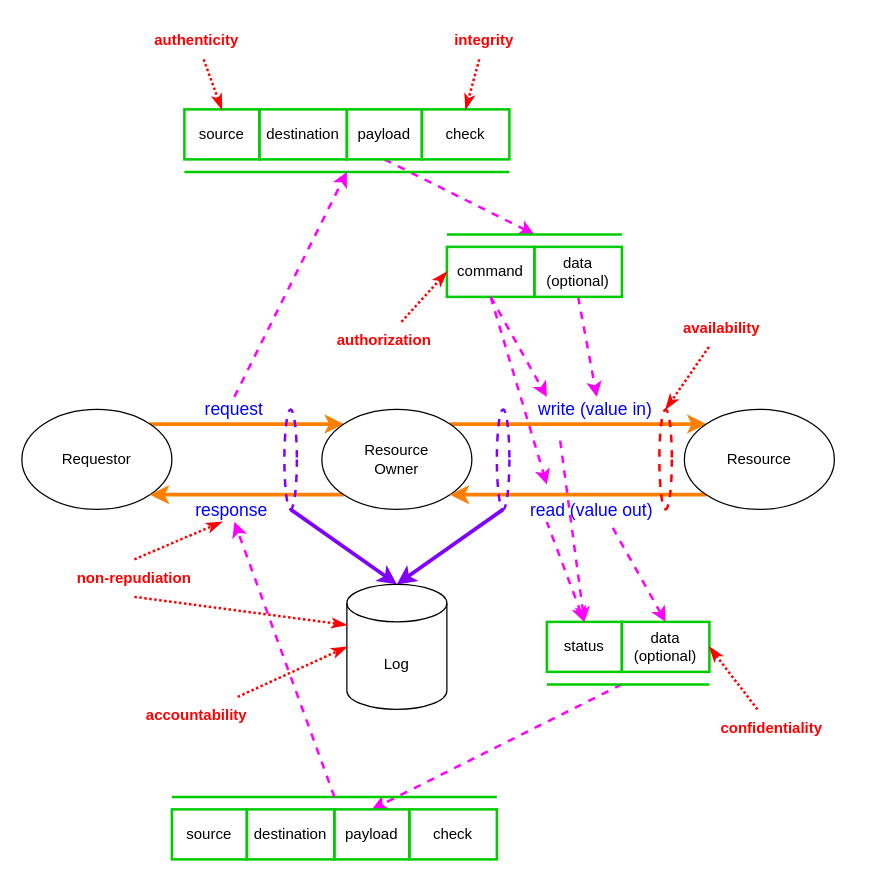
Before: page "vertical" (1 of 2) of source/reference_documents/secondary_documents/general/Security Requirements Taxonomy/images/source/extended CIA working model.drawio in nutonomy/AVCDL, a draw.io diagram. Source tidied: cells renumbered, new cells numbered last; positions are measured from the earlier drawing's top-left corner, leaving out a move shared by most shapes. Both pictures are drawn from the tidied source at 125%, with x=0, y=0 at pixel (21, 21).
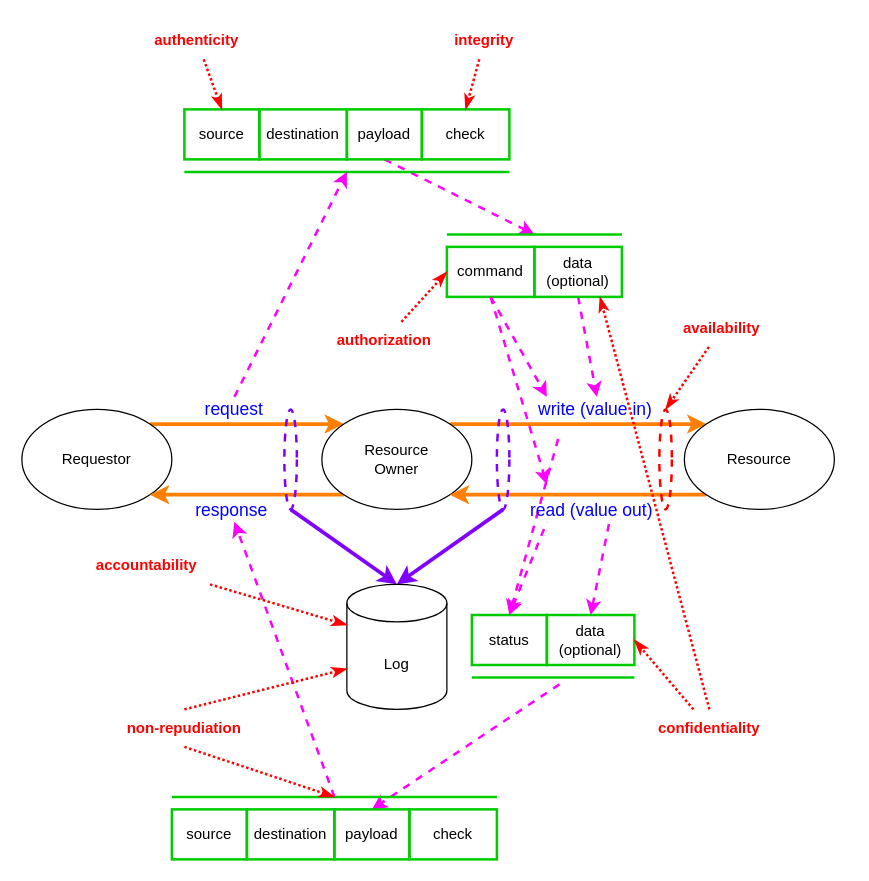
Above is the later version.

Unchanged cells that the change refers to:
```xml
<mxCell id="12" value="&lt;font color=&quot;#000000&quot; style=&quot;font-size: 12px;&quot;&gt;Log&lt;/font&gt;" style="shape=cylinder3;whiteSpace=wrap;html=1;boundedLbl=1;backgroundOutline=1;size=15;fontSize=14;fontColor=#0000FF;" parent="1" vertex="1">
  <mxGeometry x="260" y="450" width="80" height="100" as="geometry" />
</mxCell>
<mxCell id="21" value="data&lt;br&gt;(optional)" style="rounded=0;whiteSpace=wrap;html=1;strokeColor=#00CC00;fontSize=12;fontColor=#000000;fillColor=none;strokeWidth=2;" parent="1" vertex="1">
  <mxGeometry x="410" y="180" width="70" height="40" as="geometry" />
</mxCell>
<mxCell id="23" value="payload" style="rounded=0;whiteSpace=wrap;html=1;strokeColor=#00CC00;fontSize=12;fontColor=#000000;fillColor=none;strokeWidth=2;" parent="1" vertex="1">
  <mxGeometry x="250" y="630" width="60" height="40" as="geometry" />
</mxCell>
```

Change to the diagram source:
```diff
@@
     <mxCell id="15" value="status" style="rounded=0;whiteSpace=wrap;html=1;strokeColor=#00CC00;fontSize=12;fontColor=#000000;fillColor=none;strokeWidth=2;" parent="1" vertex="1">
-      <mxGeometry x="420" y="480" width="60" height="40" as="geometry" />
+      <mxGeometry x="360" y="474.5" width="60" height="40" as="geometry" />
     </mxCell>
@@
     <mxCell id="17" value="data&lt;br&gt;(optional)" style="rounded=0;whiteSpace=wrap;html=1;strokeColor=#00CC00;fontSize=12;fontColor=#000000;fillColor=none;strokeWidth=2;" parent="1" vertex="1">
-      <mxGeometry x="480" y="480" width="70" height="40" as="geometry" />
+      <mxGeometry x="420" y="474.5" width="70" height="40" as="geometry" />
     </mxCell>
@@
     <mxCell id="22" style="edgeStyle=none;rounded=0;jettySize=auto;html=1;dashed=1;strokeColor=#FF00FF;strokeWidth=2;fontSize=12;fontColor=#000000;startArrow=none;startFill=0;endArrow=classic;endFill=1;entryX=0.5;entryY=0;entryDx=0;entryDy=0;" parent="1" edge="1" target="23">
       <mxGeometry relative="1" as="geometry">
-        <mxPoint x="480" y="530" as="sourcePoint" />
+        <mxPoint x="430" y="530" as="sourcePoint" />
       </mxGeometry>
     </mxCell>
@@
     <mxCell id="32" style="endArrow=none;html=1;rounded=0;strokeColor=#00CC00;strokeWidth=2;fontSize=12;fontColor=#000000;" parent="1" edge="1">
       <mxGeometry relative="1" as="geometry">
-        <mxPoint x="420" y="530" as="sourcePoint" />
-        <mxPoint x="550" y="530" as="targetPoint" />
+        <mxPoint x="360" y="524.5" as="sourcePoint" />
+        <mxPoint x="490" y="524.5" as="targetPoint" />
       </mxGeometry>
     </mxCell>
@@
-    <mxCell id="44" style="edgeStyle=none;rounded=0;jettySize=auto;html=1;dashed=1;dashPattern=1 1;strokeColor=#FF0000;strokeWidth=2;fontSize=12;fontColor=#FF0000;startArrow=none;startFill=0;endArrow=classicThin;endFill=1;exitX=0.5;exitY=0;exitDx=0;exitDy=0;" parent="1" edge="1" source="45">
+    <mxCell id="44" style="edgeStyle=none;rounded=0;jettySize=auto;html=1;dashed=1;dashPattern=1 1;strokeColor=#FF0000;strokeWidth=2;fontSize=12;fontColor=#FF0000;startArrow=none;startFill=0;endArrow=classicThin;endFill=1;exitX=0.5;exitY=1;exitDx=0;exitDy=0;" parent="1" edge="1" source="45">
       <mxGeometry relative="1" as="geometry">
-        <mxPoint x="160" y="400" as="targetPoint" />
+        <mxPoint x="250" y="620" as="targetPoint" />
       </mxGeometry>
     </mxCell>
     <mxCell id="45" value="&lt;font color=&quot;#ff0000&quot;&gt;&lt;b&gt;non-repudiation&lt;/b&gt;&lt;/font&gt;" style="text;html=1;strokeColor=none;fillColor=none;align=center;verticalAlign=middle;whiteSpace=wrap;rounded=0;strokeWidth=2;fontSize=12;fontColor=#000000;" parent="1" vertex="1">
-      <mxGeometry x="30" y="430" width="120" height="30" as="geometry" />
+      <mxGeometry x="70" y="550" width="120" height="30" as="geometry" />
     </mxCell>
@@
     <mxCell id="47" value="&lt;font color=&quot;#ff0000&quot;&gt;&lt;b&gt;confidentiality&lt;/b&gt;&lt;/font&gt;" style="text;html=1;strokeColor=none;fillColor=none;align=center;verticalAlign=middle;whiteSpace=wrap;rounded=0;strokeWidth=2;fontSize=12;fontColor=#000000;" parent="1" vertex="1">
-      <mxGeometry x="540" y="550" width="120" height="30" as="geometry" />
+      <mxGeometry x="490" y="550" width="120" height="30" as="geometry" />
     </mxCell>
@@
-    <mxCell id="50" style="edgeStyle=none;rounded=0;jettySize=auto;html=1;entryX=0;entryY=0.5;entryDx=0;entryDy=0;entryPerimeter=0;dashed=1;dashPattern=1 1;strokeColor=#FF0000;strokeWidth=2;fontSize=12;fontColor=#FF0000;startArrow=none;startFill=0;endArrow=classicThin;endFill=1;" parent="1" edge="1" source="51" target="12">
+    <mxCell id="50" style="edgeStyle=none;rounded=0;jettySize=auto;html=1;entryX=0;entryY=0;entryDx=0;entryDy=32.5;entryPerimeter=0;dashed=1;dashPattern=1 1;strokeColor=#FF0000;strokeWidth=2;fontSize=12;fontColor=#FF0000;startArrow=none;startFill=0;endArrow=classicThin;endFill=1;" parent="1" edge="1" source="51" target="12">
       <mxGeometry relative="1" as="geometry" />
     </mxCell>
     <mxCell id="51" value="&lt;font color=&quot;#ff0000&quot;&gt;&lt;b&gt;accountability&lt;/b&gt;&lt;/font&gt;" style="text;html=1;strokeColor=none;fillColor=none;align=center;verticalAlign=middle;whiteSpace=wrap;rounded=0;strokeWidth=2;fontSize=12;fontColor=#000000;" parent="1" vertex="1">
-      <mxGeometry x="80" y="540" width="120" height="30" as="geometry" />
+      <mxGeometry x="40" y="420" width="120" height="30" as="geometry" />
     </mxCell>
@@
-    <mxCell id="54" style="edgeStyle=none;rounded=0;jettySize=auto;html=1;dashed=1;dashPattern=1 1;strokeColor=#FF0000;strokeWidth=2;fontSize=12;fontColor=#FF0000;startArrow=none;startFill=0;endArrow=classicThin;endFill=1;entryX=0;entryY=0;entryDx=0;entryDy=32.5;entryPerimeter=0;exitX=0.5;exitY=1;exitDx=0;exitDy=0;" parent="1" edge="1" source="45" target="12">
+    <mxCell id="54" style="edgeStyle=none;rounded=0;jettySize=auto;html=1;dashed=1;dashPattern=1 1;strokeColor=#FF0000;strokeWidth=2;fontSize=12;fontColor=#FF0000;startArrow=none;startFill=0;endArrow=classicThin;endFill=1;entryX=0;entryY=0;entryDx=0;entryDy=67.5;entryPerimeter=0;exitX=0.5;exitY=0;exitDx=0;exitDy=0;" parent="1" edge="1" source="45" target="12">
       <mxGeometry relative="1" as="geometry" />
     </mxCell>
@@
+    <mxCell id="61" style="edgeStyle=none;rounded=0;jettySize=auto;html=1;dashed=1;dashPattern=1 1;strokeColor=#FF0000;strokeWidth=2;fontSize=12;fontColor=#FF0000;startArrow=none;startFill=0;endArrow=classicThin;endFill=1;exitX=0.5;exitY=0;exitDx=0;exitDy=0;entryX=0.75;entryY=1;entryDx=0;entryDy=0;" parent="1" edge="1" source="47" target="21">
+      <mxGeometry relative="1" as="geometry" />
+    </mxCell>
```
